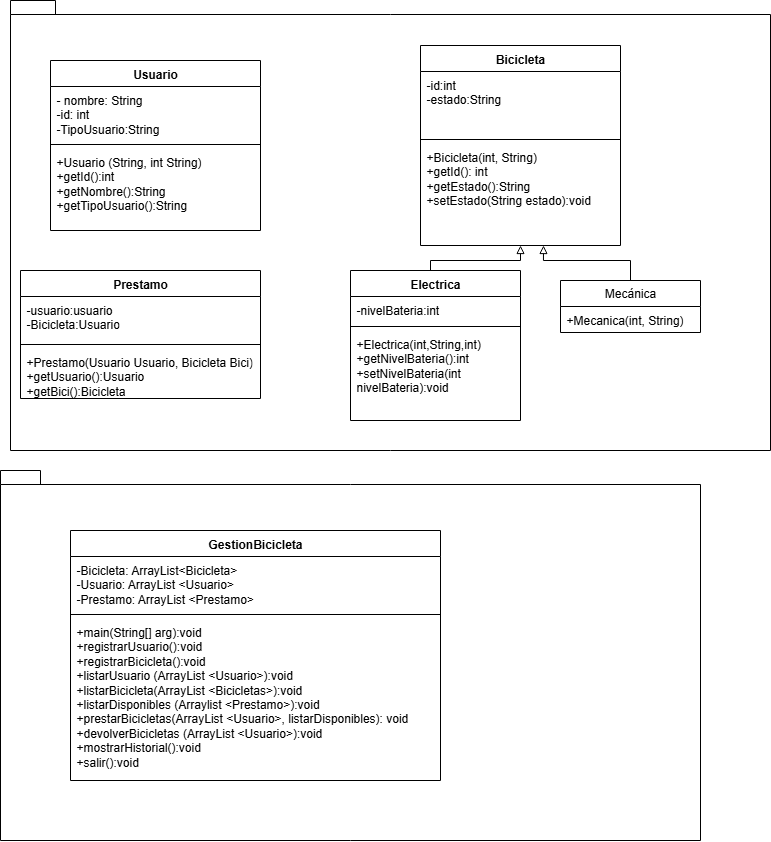
The draw.io diagram BiciShare. 07-Página-1.drawio.png in ferrerval/BiciShare, before a commit. Source tidied: cells renumbered, new cells last; positions are measured from the earlier drawing's top-left corner, leaving out a move shared by most shapes.
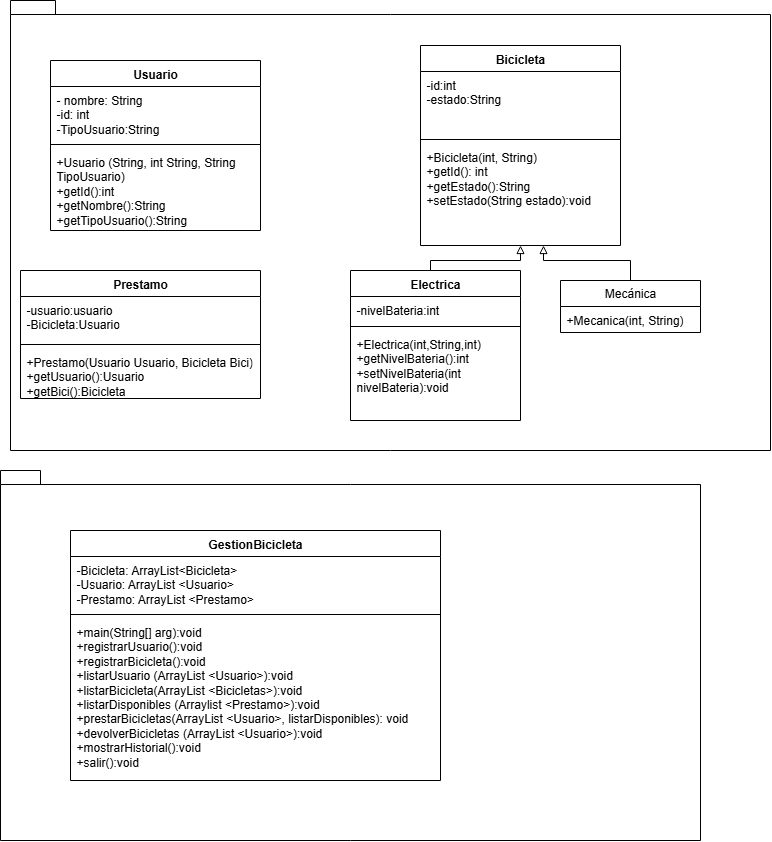
Above is the later version.

Change to the diagram source:
```diff
@@ -14,7 +14,7 @@
     <mxCell id="5" style="line;strokeWidth=1;fillColor=none;align=left;verticalAlign=middle;spacingTop=-1;spacingLeft=3;spacingRight=3;labelPosition=right;strokeColor=inherit;" parent="3" vertex="1">
       <mxGeometry y="80" width="210" height="8" as="geometry" />
     </mxCell>
-    <mxCell id="6" value="+Usuario (String, int String)&lt;div&gt;+getId():int&lt;/div&gt;&lt;div&gt;+getNombre():String&lt;/div&gt;&lt;div&gt;+getTipoUsuario():String&lt;/div&gt;&lt;div&gt;&lt;br&gt;&lt;/div&gt;" style="text;strokeColor=none;fillColor=none;align=left;verticalAlign=top;spacingLeft=4;spacingRight=4;overflow=hidden;whiteSpace=wrap;html=1;" parent="3" vertex="1">
+    <mxCell id="6" value="+Usuario (String, int String, String TipoUsuario)&lt;div&gt;+getId():int&lt;/div&gt;&lt;div&gt;+getNombre():String&lt;/div&gt;&lt;div&gt;+getTipoUsuario():String&lt;/div&gt;&lt;div&gt;&lt;br&gt;&lt;/div&gt;" style="text;strokeColor=none;fillColor=none;align=left;verticalAlign=top;spacingLeft=4;spacingRight=4;overflow=hidden;whiteSpace=wrap;html=1;" parent="3" vertex="1">
       <mxGeometry y="88" width="210" height="82" as="geometry" />
     </mxCell>
     <mxCell id="7" value="Bicicleta" style="swimlane;fontStyle=1;align=center;verticalAlign=top;horizontal=1;startSize=26;whiteSpace=wrap;html=1;" parent="1" vertex="1">
```
